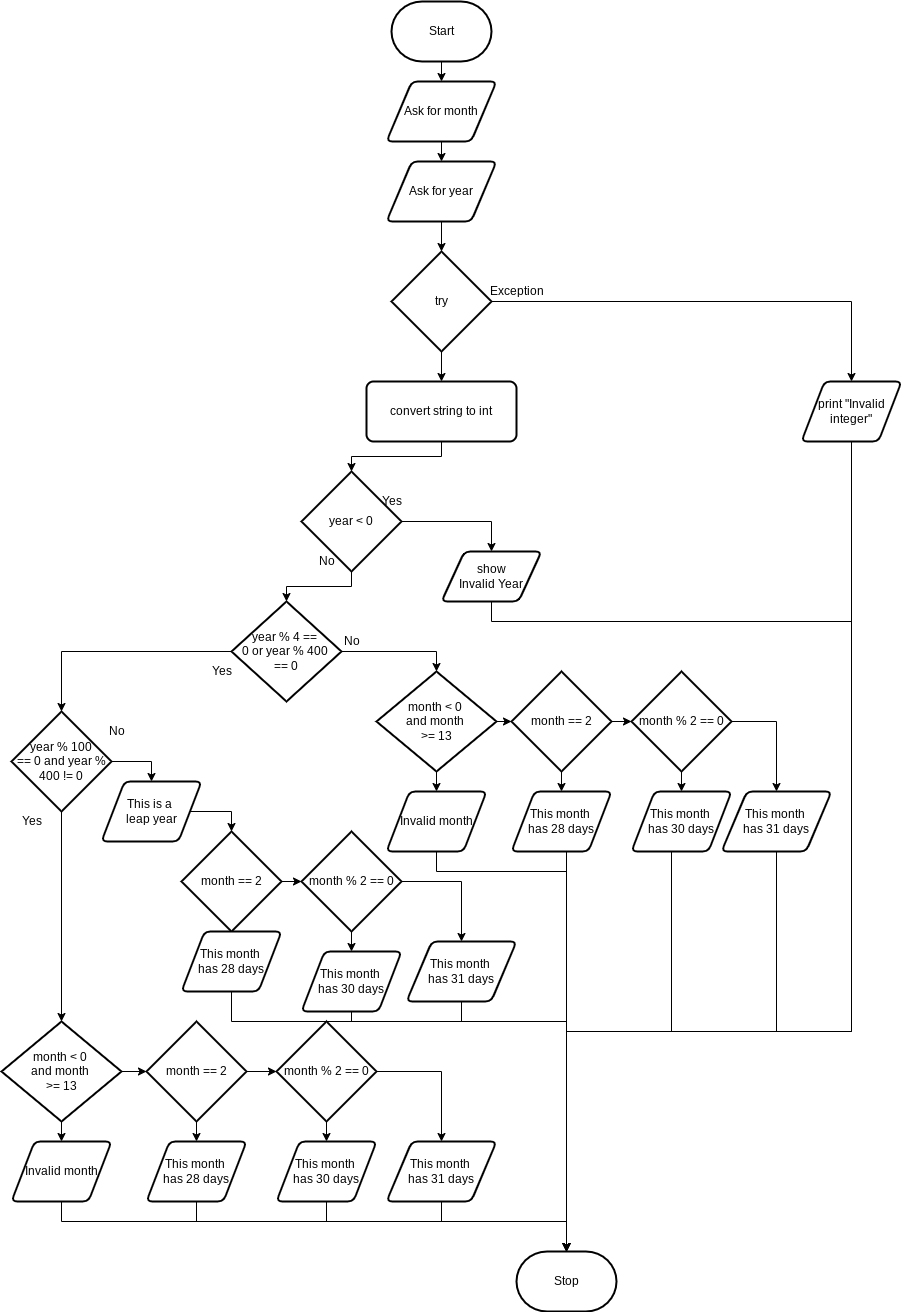
Earlier version of the draw.io export design/flowchart.png (Johanna-liu16/ICS3U-Assignment-04-python). Source tidied: cells renumbered, new cells last; positions are measured from the earlier drawing's top-left corner, leaving out a move shared by most shapes.
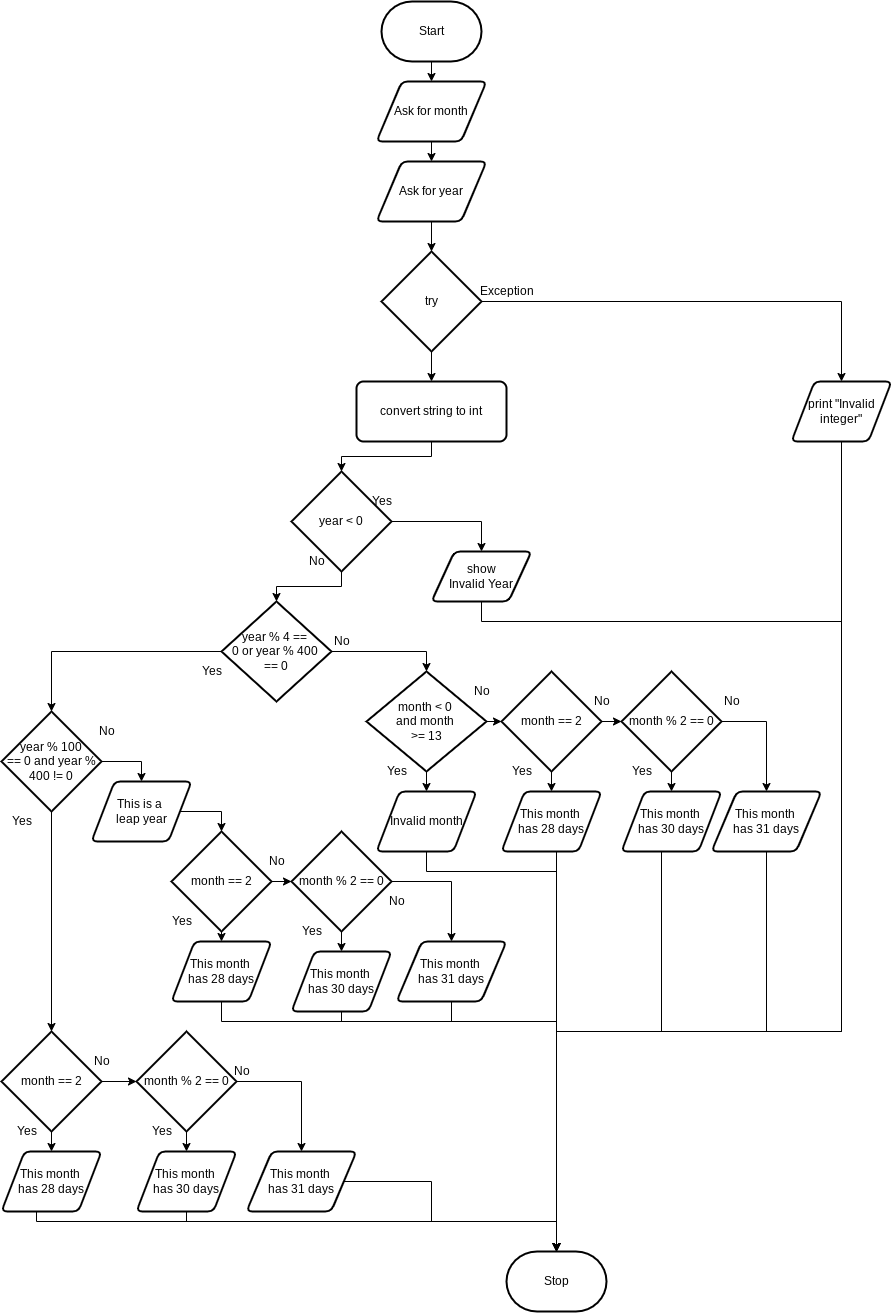
The same diagram one commit later.

Change to the diagram source:
```diff
@@ -84,7 +84,7 @@
     <mxCell id="21" value="year % 4 == &lt;br&gt;0 or year % 400 &lt;br&gt;== 0" style="strokeWidth=2;html=1;shape=mxgraph.flowchart.decision;whiteSpace=wrap;" parent="1" vertex="1">
       <mxGeometry x="230" y="600" width="110" height="100" as="geometry" />
     </mxCell>
-    <mxCell id="22" style="edgeStyle=orthogonalEdgeStyle;rounded=0;html=1;entryX=0.5;entryY=0;entryDx=0;entryDy=0;entryPerimeter=0;" parent="1" edge="1" source="24" target="59">
+    <mxCell id="22" style="edgeStyle=orthogonalEdgeStyle;rounded=0;html=1;entryX=0.5;entryY=0;entryDx=0;entryDy=0;entryPerimeter=0;" parent="1" edge="1" source="24" target="56">
       <mxGeometry relative="1" as="geometry" />
     </mxCell>
     <mxCell id="23" style="edgeStyle=orthogonalEdgeStyle;rounded=0;html=1;entryX=0.5;entryY=0;entryDx=0;entryDy=0;" parent="1" edge="1" source="24" target="34">
@@ -227,28 +227,8 @@
       <mxGeometry relative="1" as="geometry" />
     </mxCell>
     <mxCell id="56" value="month == 2" style="strokeWidth=2;html=1;shape=mxgraph.flowchart.decision;whiteSpace=wrap;" parent="1" vertex="1">
-      <mxGeometry x="145" y="1020" width="100" height="100" as="geometry" />
+      <mxGeometry x="10" y="1030" width="100" height="100" as="geometry" />
     </mxCell>
-    <mxCell id="57" style="edgeStyle=none;html=1;" parent="1" edge="1" source="59" target="61">
-      <mxGeometry relative="1" as="geometry" />
-    </mxCell>
-    <mxCell id="58" style="edgeStyle=none;html=1;entryX=0;entryY=0.5;entryDx=0;entryDy=0;entryPerimeter=0;" parent="1" edge="1" source="59" target="56">
-      <mxGeometry relative="1" as="geometry" />
-    </mxCell>
-    <mxCell id="59" value="month &amp;lt; 0 &lt;br&gt;and month &lt;br&gt;&amp;gt;= 13" style="strokeWidth=2;html=1;shape=mxgraph.flowchart.decision;whiteSpace=wrap;" parent="1" vertex="1">
-      <mxGeometry y="1020" width="120" height="100" as="geometry" />
-    </mxCell>
-    <mxCell id="60" style="edgeStyle=orthogonalEdgeStyle;rounded=0;html=1;entryX=0.5;entryY=0;entryDx=0;entryDy=0;entryPerimeter=0;" parent="1" edge="1" source="61" target="4">
-      <mxGeometry relative="1" as="geometry">
-        <Array as="points">
-          <mxPoint x="60" y="1220" />
-          <mxPoint x="565" y="1220" />
-        </Array>
-      </mxGeometry>
-    </mxCell>
-    <mxCell id="61" value="Invalid month" style="shape=parallelogram;html=1;strokeWidth=2;perimeter=parallelogramPerimeter;whiteSpace=wrap;rounded=1;arcSize=12;size=0.23;" parent="1" vertex="1">
-      <mxGeometry x="10" y="1140" width="100" height="60" as="geometry" />
-    </mxCell>
     <mxCell id="62" style="edgeStyle=none;html=1;entryX=0.5;entryY=0;entryDx=0;entryDy=0;" parent="1" edge="1" source="64" target="68">
       <mxGeometry relative="1" as="geometry" />
     </mxCell>
@@ -256,29 +236,29 @@
       <mxGeometry relative="1" as="geometry" />
     </mxCell>
     <mxCell id="64" value="month % 2 == 0" style="strokeWidth=2;html=1;shape=mxgraph.flowchart.decision;whiteSpace=wrap;" parent="1" vertex="1">
-      <mxGeometry x="275" y="1020" width="100" height="100" as="geometry" />
+      <mxGeometry x="145" y="1030" width="100" height="100" as="geometry" />
     </mxCell>
-    <mxCell id="65" style="edgeStyle=orthogonalEdgeStyle;rounded=0;html=1;entryX=0.5;entryY=0;entryDx=0;entryDy=0;entryPerimeter=0;" parent="1" edge="1" source="66" target="4">
+    <mxCell id="65" style="edgeStyle=orthogonalEdgeStyle;rounded=0;html=1;entryX=0.5;entryY=0;entryDx=0;entryDy=0;entryPerimeter=0;exitX=0.5;exitY=1;exitDx=0;exitDy=0;" parent="1" edge="1" source="66" target="4">
       <mxGeometry relative="1" as="geometry">
         <Array as="points">
-          <mxPoint x="195" y="1220" />
+          <mxPoint x="45" y="1220" />
           <mxPoint x="565" y="1220" />
         </Array>
       </mxGeometry>
     </mxCell>
     <mxCell id="66" value="This month &lt;br&gt;has 28 days" style="shape=parallelogram;html=1;strokeWidth=2;perimeter=parallelogramPerimeter;whiteSpace=wrap;rounded=1;arcSize=12;size=0.23;" parent="1" vertex="1">
-      <mxGeometry x="145" y="1140" width="100" height="60" as="geometry" />
+      <mxGeometry x="10" y="1150" width="100" height="60" as="geometry" />
     </mxCell>
     <mxCell id="67" style="edgeStyle=orthogonalEdgeStyle;rounded=0;html=1;entryX=0.5;entryY=0;entryDx=0;entryDy=0;entryPerimeter=0;" parent="1" edge="1" source="68" target="4">
       <mxGeometry relative="1" as="geometry">
         <Array as="points">
-          <mxPoint x="325" y="1220" />
+          <mxPoint x="195" y="1220" />
           <mxPoint x="565" y="1220" />
         </Array>
       </mxGeometry>
     </mxCell>
     <mxCell id="68" value="This month &lt;br&gt;has 30 days" style="shape=parallelogram;html=1;strokeWidth=2;perimeter=parallelogramPerimeter;whiteSpace=wrap;rounded=1;arcSize=12;size=0.23;" parent="1" vertex="1">
-      <mxGeometry x="275" y="1140" width="100" height="60" as="geometry" />
+      <mxGeometry x="145" y="1150" width="100" height="60" as="geometry" />
     </mxCell>
     <mxCell id="69" style="edgeStyle=orthogonalEdgeStyle;rounded=0;html=1;entryX=0.5;entryY=0;entryDx=0;entryDy=0;entryPerimeter=0;" parent="1" edge="1" source="70" target="4">
       <mxGeometry relative="1" as="geometry">
@@ -289,7 +269,7 @@
       </mxGeometry>
     </mxCell>
     <mxCell id="70" value="This month &lt;br&gt;has 31 days" style="shape=parallelogram;html=1;strokeWidth=2;perimeter=parallelogramPerimeter;whiteSpace=wrap;rounded=1;arcSize=12;size=0.23;" parent="1" vertex="1">
-      <mxGeometry x="385" y="1140" width="110" height="60" as="geometry" />
+      <mxGeometry x="255" y="1150" width="110" height="60" as="geometry" />
     </mxCell>
     <mxCell id="71" style="edgeStyle=none;html=1;" parent="1" edge="1" source="73" target="78">
       <mxGeometry relative="1" as="geometry" />
@@ -318,7 +298,7 @@
       </mxGeometry>
     </mxCell>
     <mxCell id="78" value="This month &lt;br&gt;has 28 days" style="shape=parallelogram;html=1;strokeWidth=2;perimeter=parallelogramPerimeter;whiteSpace=wrap;rounded=1;arcSize=12;size=0.23;" parent="1" vertex="1">
-      <mxGeometry x="180" y="930" width="100" height="60" as="geometry" />
+      <mxGeometry x="180" y="940" width="100" height="60" as="geometry" />
     </mxCell>
     <mxCell id="79" style="edgeStyle=orthogonalEdgeStyle;rounded=0;html=1;entryX=0.5;entryY=0;entryDx=0;entryDy=0;entryPerimeter=0;" parent="1" edge="1" source="80" target="4">
       <mxGeometry relative="1" as="geometry">
@@ -342,5 +322,47 @@
     <mxCell id="82" value="This month &lt;br&gt;has 31 days" style="shape=parallelogram;html=1;strokeWidth=2;perimeter=parallelogramPerimeter;whiteSpace=wrap;rounded=1;arcSize=12;size=0.23;" parent="1" vertex="1">
       <mxGeometry x="405" y="940" width="110" height="60" as="geometry" />
     </mxCell>
+    <mxCell id="83" value="Yes" style="text;html=1;align=center;verticalAlign=middle;strokeColor=none;fillColor=none;" parent="1" vertex="1">
+      <mxGeometry x="385" y="760" width="40" height="20" as="geometry" />
+    </mxCell>
+    <mxCell id="84" value="No" style="text;html=1;align=center;verticalAlign=middle;strokeColor=none;fillColor=none;" parent="1" vertex="1">
+      <mxGeometry x="475" y="680" width="30" height="20" as="geometry" />
+    </mxCell>
+    <mxCell id="85" value="Yes" style="text;html=1;align=center;verticalAlign=middle;strokeColor=none;fillColor=none;" parent="1" vertex="1">
+      <mxGeometry x="510" y="760" width="40" height="20" as="geometry" />
+    </mxCell>
+    <mxCell id="86" value="No" style="text;html=1;align=center;verticalAlign=middle;strokeColor=none;fillColor=none;" parent="1" vertex="1">
+      <mxGeometry x="595" y="690" width="30" height="20" as="geometry" />
+    </mxCell>
+    <mxCell id="87" value="Yes" style="text;html=1;align=center;verticalAlign=middle;strokeColor=none;fillColor=none;" parent="1" vertex="1">
+      <mxGeometry x="630" y="760" width="40" height="20" as="geometry" />
+    </mxCell>
+    <mxCell id="88" value="No" style="text;html=1;align=center;verticalAlign=middle;strokeColor=none;fillColor=none;" parent="1" vertex="1">
+      <mxGeometry x="725" y="690" width="30" height="20" as="geometry" />
+    </mxCell>
+    <mxCell id="89" value="Yes" style="text;html=1;align=center;verticalAlign=middle;strokeColor=none;fillColor=none;" parent="1" vertex="1">
+      <mxGeometry x="170" y="910" width="40" height="20" as="geometry" />
+    </mxCell>
+    <mxCell id="90" value="No" style="text;html=1;align=center;verticalAlign=middle;strokeColor=none;fillColor=none;" parent="1" vertex="1">
+      <mxGeometry x="270" y="850" width="30" height="20" as="geometry" />
+    </mxCell>
+    <mxCell id="91" value="Yes" style="text;html=1;align=center;verticalAlign=middle;strokeColor=none;fillColor=none;" parent="1" vertex="1">
+      <mxGeometry x="300" y="920" width="40" height="20" as="geometry" />
+    </mxCell>
+    <mxCell id="92" value="No" style="text;html=1;align=center;verticalAlign=middle;strokeColor=none;fillColor=none;" parent="1" vertex="1">
+      <mxGeometry x="390" y="890" width="30" height="20" as="geometry" />
+    </mxCell>
+    <mxCell id="93" value="Yes" style="text;html=1;align=center;verticalAlign=middle;strokeColor=none;fillColor=none;" parent="1" vertex="1">
+      <mxGeometry x="15" y="1120" width="40" height="20" as="geometry" />
+    </mxCell>
+    <mxCell id="94" value="No" style="text;html=1;align=center;verticalAlign=middle;strokeColor=none;fillColor=none;" parent="1" vertex="1">
+      <mxGeometry x="95" y="1050" width="30" height="20" as="geometry" />
+    </mxCell>
+    <mxCell id="95" value="Yes" style="text;html=1;align=center;verticalAlign=middle;strokeColor=none;fillColor=none;" parent="1" vertex="1">
+      <mxGeometry x="150" y="1120" width="40" height="20" as="geometry" />
+    </mxCell>
+    <mxCell id="96" value="No" style="text;html=1;align=center;verticalAlign=middle;strokeColor=none;fillColor=none;" parent="1" vertex="1">
+      <mxGeometry x="235" y="1060" width="30" height="20" as="geometry" />
+    </mxCell>
   </root>
 </mxGraphModel>
```
